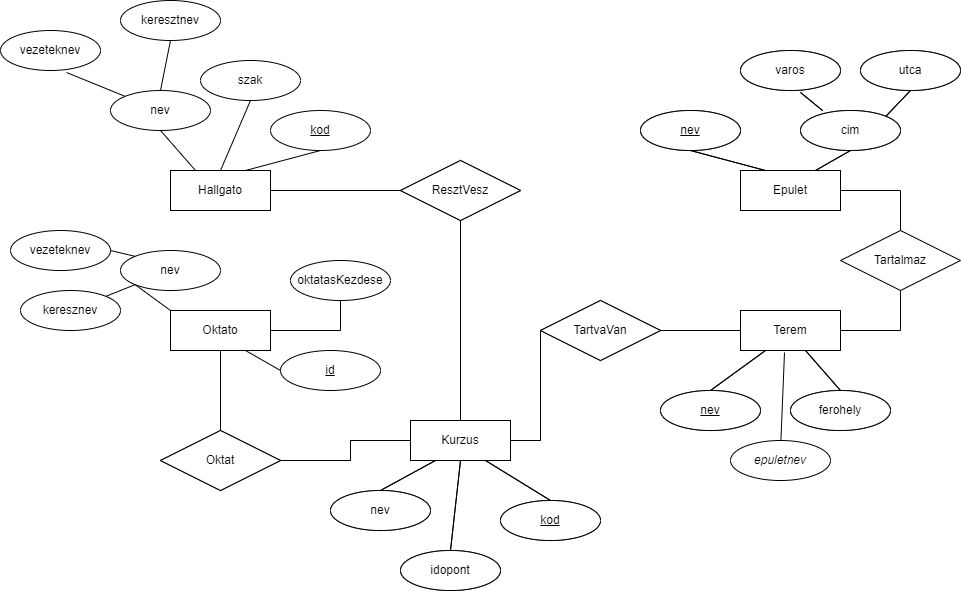
The draw.io diagram Notes/EK.png in MrChaosz/Adatb, before a commit. Source tidied: cells renumbered, new cells last; positions are measured from the earlier drawing's top-left corner, leaving out a move shared by most shapes.
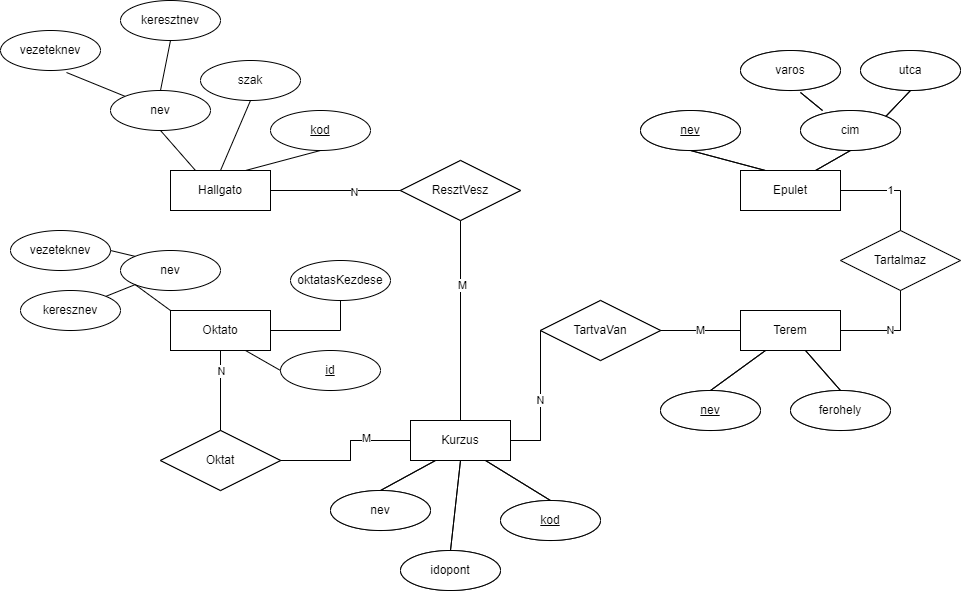
After the commit.

Diff of the diagram source:
```diff
@@ -26,6 +26,9 @@
     <mxCell id="9" style="endArrow=none;html=1;rounded=0;entryX=0.5;entryY=1;entryDx=0;entryDy=0;exitX=0.5;exitY=0;exitDx=0;exitDy=0;" parent="1" edge="1" source="3" target="6">
       <mxGeometry relative="1" as="geometry" />
     </mxCell>
+    <mxCell id="91" value="M" style="edgeLabel;html=1;align=center;verticalAlign=middle;" parent="9" vertex="1">
+      <mxGeometry x="0.36" y="-1" relative="1" as="geometry" />
+    </mxCell>
     <mxCell id="10" style="endArrow=none;html=1;rounded=0;exitX=0.5;exitY=1;exitDx=0;exitDy=0;entryX=0.5;entryY=0;entryDx=0;entryDy=0;" parent="1" edge="1" target="7">
       <mxGeometry relative="1" as="geometry">
         <mxPoint x="220" y="350" as="sourcePoint" />
@@ -106,11 +109,6 @@
     <mxCell id="32" style="endArrow=none;html=1;rounded=0;entryX=1;entryY=0;entryDx=0;entryDy=0;exitX=0.5;exitY=1;exitDx=0;exitDy=0;" parent="1" edge="1" source="30" target="16">
       <mxGeometry relative="1" as="geometry" />
     </mxCell>
-    <mxCell id="33" style="endArrow=none;html=1;rounded=0;entryX=0.5;entryY=0;entryDx=0;entryDy=0;exitX=0.44;exitY=1.05;exitDx=0;exitDy=0;exitPerimeter=0;" parent="1" edge="1" source="58">
-      <mxGeometry relative="1" as="geometry">
-        <mxPoint x="780" y="450" as="targetPoint" />
-      </mxGeometry>
-    </mxCell>
     <mxCell id="34" value="szak" style="ellipse;whiteSpace=wrap;html=1;align=center;" parent="1" vertex="1">
       <mxGeometry x="200" y="60" width="100" height="40" as="geometry" />
     </mxCell>
@@ -170,23 +168,20 @@
     <mxCell id="51" value="Tartalmaz" style="shape=rhombus;perimeter=rhombusPerimeter;whiteSpace=wrap;html=1;align=center;" parent="1" vertex="1">
       <mxGeometry x="840" y="230" width="120" height="60" as="geometry" />
     </mxCell>
-    <mxCell id="52" style="endArrow=none;html=1;rounded=0;exitX=1;exitY=0.5;exitDx=0;exitDy=0;entryX=0.5;entryY=1;entryDx=0;entryDy=0;" parent="1" edge="1" source="58" target="51">
+    <mxCell id="52" value="N" style="endArrow=none;html=1;rounded=0;exitX=1;exitY=0.5;exitDx=0;exitDy=0;entryX=0.5;entryY=1;entryDx=0;entryDy=0;" parent="1" edge="1" source="58" target="51">
       <mxGeometry relative="1" as="geometry">
         <Array as="points">
           <mxPoint x="900" y="330" />
         </Array>
       </mxGeometry>
     </mxCell>
-    <mxCell id="53" style="endArrow=none;html=1;rounded=0;entryX=0.5;entryY=0;entryDx=0;entryDy=0;exitX=1;exitY=0.5;exitDx=0;exitDy=0;" parent="1" edge="1" source="59" target="51">
+    <mxCell id="53" value="1" style="endArrow=none;html=1;rounded=0;entryX=0.5;entryY=0;entryDx=0;entryDy=0;exitX=1;exitY=0.5;exitDx=0;exitDy=0;" parent="1" edge="1" source="59" target="51">
       <mxGeometry relative="1" as="geometry">
         <Array as="points">
           <mxPoint x="900" y="190" />
         </Array>
       </mxGeometry>
     </mxCell>
-    <mxCell id="54" value="&lt;i&gt;epuletnev&lt;/i&gt;" style="ellipse;whiteSpace=wrap;html=1;align=center;" parent="1" vertex="1">
-      <mxGeometry x="730" y="440" width="100" height="40" as="geometry" />
-    </mxCell>
     <mxCell id="55" value="Megnevezetlen réteg" parent="0" />
     <mxCell id="56" value="Hallgato" style="whiteSpace=wrap;html=1;align=center;" parent="55" vertex="1">
       <mxGeometry x="170" y="170" width="100" height="40" as="geometry" />
@@ -209,25 +204,28 @@
     <mxCell id="62" style="endArrow=none;html=1;rounded=0;exitX=1;exitY=0.5;exitDx=0;exitDy=0;entryX=0;entryY=0.5;entryDx=0;entryDy=0;" parent="55" edge="1" source="56" target="60">
       <mxGeometry relative="1" as="geometry" />
     </mxCell>
-    <mxCell id="63" style="endArrow=none;html=1;rounded=0;entryX=0.5;entryY=1;entryDx=0;entryDy=0;exitX=0.5;exitY=0;exitDx=0;exitDy=0;" parent="55" edge="1" source="57" target="60">
-      <mxGeometry relative="1" as="geometry" />
-    </mxCell>
+    <mxCell id="92" value="N" style="edgeLabel;html=1;align=center;verticalAlign=middle;" parent="62" vertex="1">
+      <mxGeometry x="0.28" y="-1" relative="1" as="geometry" />
+    </mxCell>
     <mxCell id="64" style="endArrow=none;html=1;rounded=0;exitX=0.5;exitY=1;exitDx=0;exitDy=0;entryX=0.5;entryY=0;entryDx=0;entryDy=0;" parent="55" edge="1" target="61">
       <mxGeometry relative="1" as="geometry">
         <mxPoint x="220" y="350" as="sourcePoint" />
       </mxGeometry>
     </mxCell>
+    <mxCell id="93" value="N" style="edgeLabel;html=1;align=center;verticalAlign=middle;" parent="64" vertex="1">
+      <mxGeometry x="-0.5" relative="1" as="geometry" />
+    </mxCell>
     <mxCell id="65" value="TartvaVan" style="shape=rhombus;perimeter=rhombusPerimeter;whiteSpace=wrap;html=1;align=center;" parent="55" vertex="1">
       <mxGeometry x="540" y="300" width="120" height="60" as="geometry" />
     </mxCell>
-    <mxCell id="66" style="endArrow=none;html=1;rounded=0;exitX=1;exitY=0.5;exitDx=0;exitDy=0;entryX=0;entryY=0.5;entryDx=0;entryDy=0;" parent="55" edge="1" source="57" target="65">
+    <mxCell id="66" value="N" style="endArrow=none;html=1;rounded=0;exitX=1;exitY=0.5;exitDx=0;exitDy=0;entryX=0;entryY=0.5;entryDx=0;entryDy=0;" parent="55" edge="1" source="57" target="65">
       <mxGeometry relative="1" as="geometry">
         <Array as="points">
           <mxPoint x="540" y="440" />
         </Array>
       </mxGeometry>
     </mxCell>
-    <mxCell id="67" style="endArrow=none;html=1;rounded=0;entryX=1;entryY=0.5;entryDx=0;entryDy=0;exitX=0;exitY=0.5;exitDx=0;exitDy=0;" parent="55" edge="1" source="58" target="65">
+    <mxCell id="67" value="M" style="endArrow=none;html=1;rounded=0;entryX=1;entryY=0.5;entryDx=0;entryDy=0;exitX=0;exitY=0.5;exitDx=0;exitDy=0;" parent="55" edge="1" source="58" target="65">
       <mxGeometry relative="1" as="geometry" />
     </mxCell>
     <mxCell id="68" style="endArrow=none;html=1;rounded=0;exitX=1;exitY=0.5;exitDx=0;exitDy=0;entryX=0;entryY=0.5;entryDx=0;entryDy=0;" parent="55" edge="1" source="61" target="57">
@@ -238,6 +236,9 @@
         </Array>
       </mxGeometry>
     </mxCell>
+    <mxCell id="94" value="M" style="edgeLabel;html=1;align=center;verticalAlign=middle;" parent="68" vertex="1">
+      <mxGeometry x="0.4" y="3" relative="1" as="geometry" />
+    </mxCell>
     <mxCell id="69" value="&lt;u&gt;kod&lt;/u&gt;" style="ellipse;whiteSpace=wrap;html=1;align=center;" parent="55" vertex="1">
       <mxGeometry x="270" y="110" width="100" height="40" as="geometry" />
     </mxCell>
```
